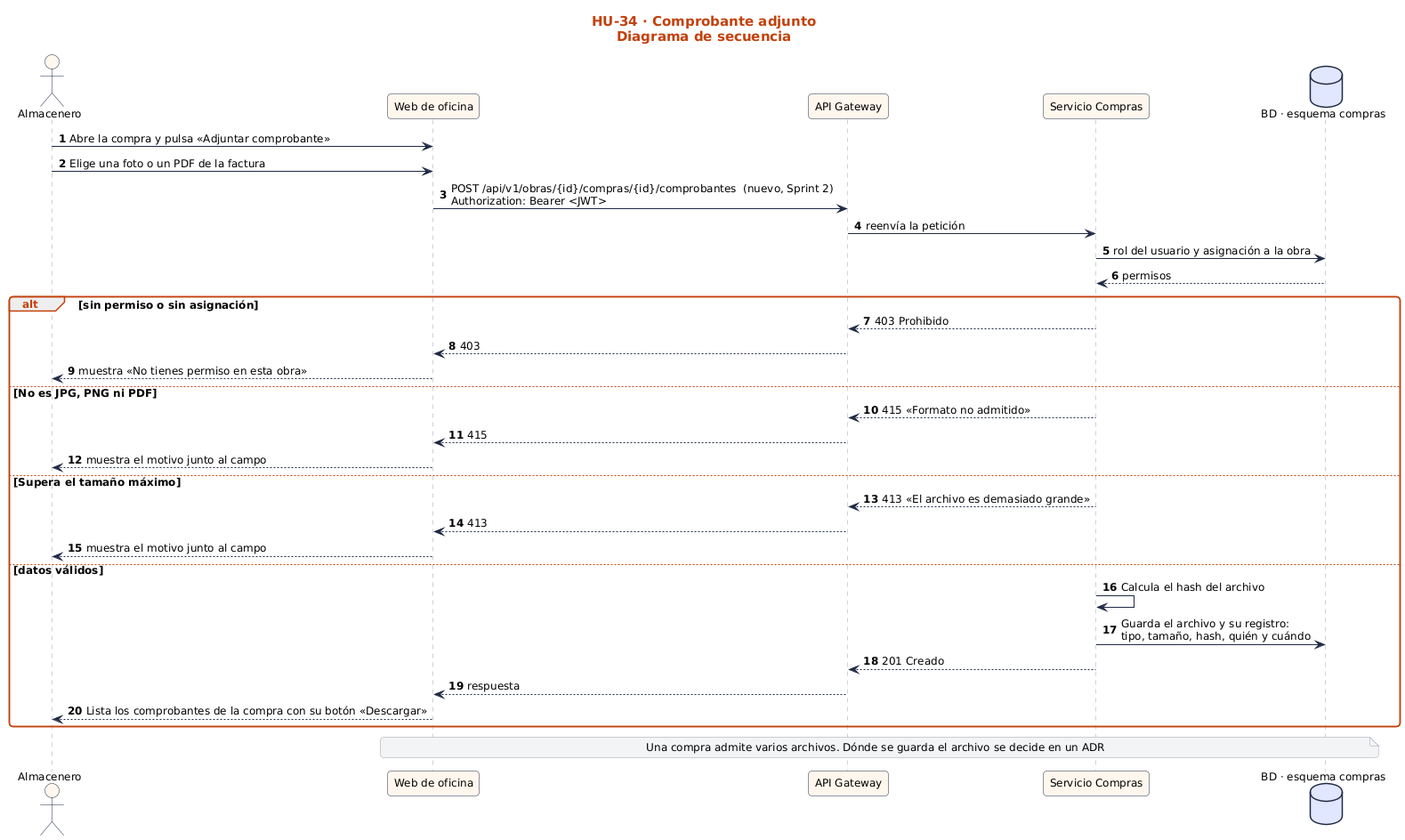
The PlantUML diagram docs/sprint-2/diagramas-hu/hu-34-comprobante-adjunto/secuencia.png in nandoestebanif/sevens-sigro, before a commit. Source of this version:
```plantuml
@startuml
!include ../../estilo.iuml
title HU-34 · Comprobante adjunto\nDiagrama de secuencia
autonumber
actor "Almacenero" as U
participant "Web de oficina" as UI
participant "API Gateway" as GW
participant "Servicio Compras" as S
database "BD · esquema compras" as BD
U -> UI : Abre la compra y pulsa «Adjuntar comprobante»
U -> UI : Elige una foto o un PDF de la factura
UI -> GW : POST /api/v1/obras/{id}/compras/{id}/comprobantes  (nuevo, Sprint 2)\nAuthorization: Bearer <JWT>
GW -> S : reenvía la petición
S -> BD : rol del usuario y asignación a la obra
BD --> S : permisos
alt sin permiso o sin asignación
  S --> GW : 403 Prohibido
  GW --> UI : 403
  UI --> U : muestra «No tienes permiso en esta obra»
else No es JPG, PNG ni PDF
  S --> GW : 415 «Formato no admitido»
  GW --> UI : 415
  UI --> U : muestra el motivo junto al campo
else Supera el tamaño máximo
  S --> GW : 413 «El archivo es demasiado grande»
  GW --> UI : 413
  UI --> U : muestra el motivo junto al campo
else datos válidos
  S -> S : Calcula el hash del archivo
  S -> BD : Guarda el archivo y su registro:\ntipo, tamaño, hash, quién y cuándo
  S --> GW : 201 Creado
  GW --> UI : respuesta
  UI --> U : Lista los comprobantes de la compra con su botón «Descargar»
end
note over UI, BD : Una compra admite varios archivos. Dónde se guarda el archivo se decide en un ADR
@enduml
```
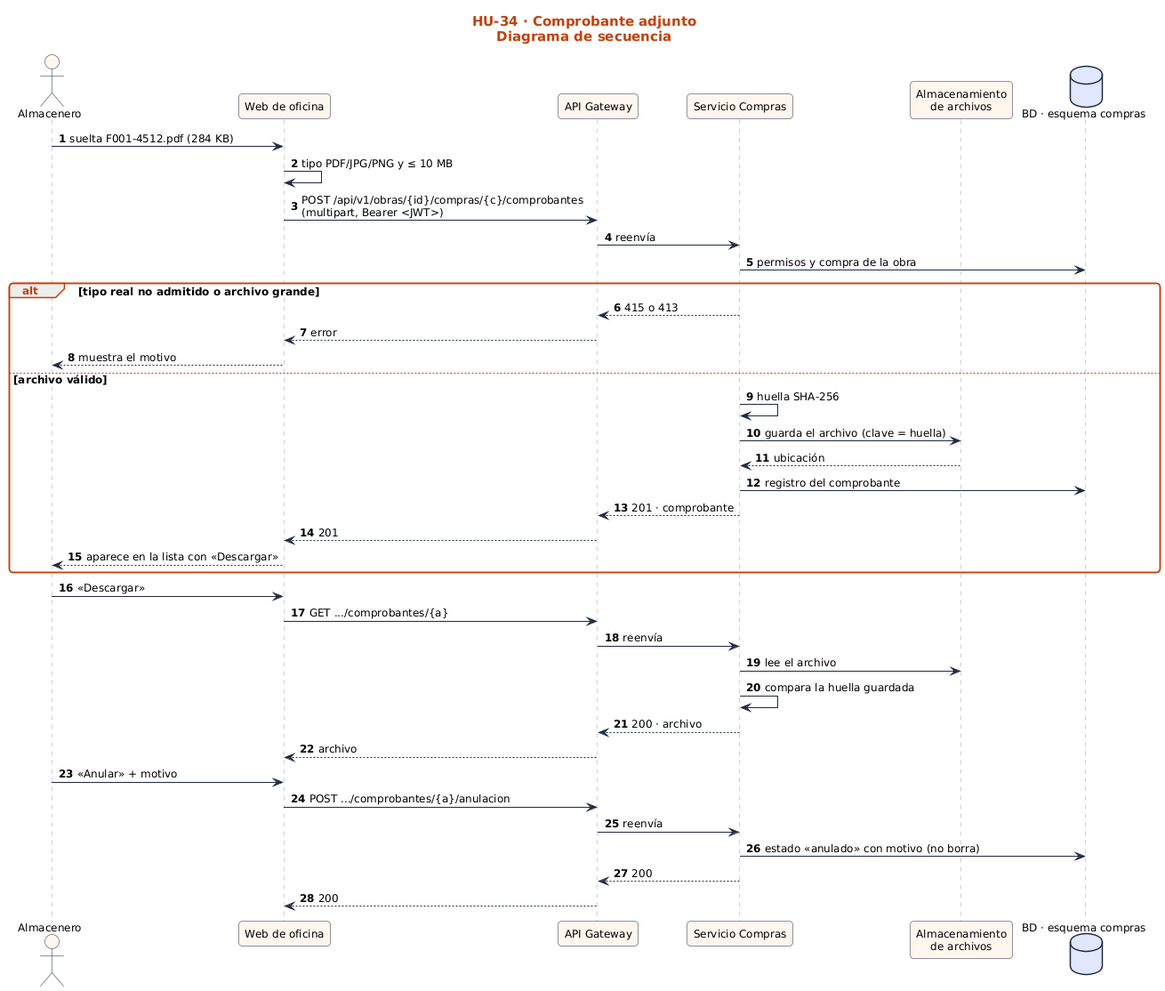
After the change.

Change to the diagram source:
```diff
@@ -5,32 +5,38 @@
 actor "Almacenero" as U
 participant "Web de oficina" as UI
 participant "API Gateway" as GW
-participant "Servicio Compras" as S
+participant "Servicio Compras" as SC
+participant "Almacenamiento\nde archivos" as FS
 database "BD · esquema compras" as BD
-U -> UI : Abre la compra y pulsa «Adjuntar comprobante»
-U -> UI : Elige una foto o un PDF de la factura
-UI -> GW : POST /api/v1/obras/{id}/compras/{id}/comprobantes  (nuevo, Sprint 2)\nAuthorization: Bearer <JWT>
-GW -> S : reenvía la petición
-S -> BD : rol del usuario y asignación a la obra
-BD --> S : permisos
-alt sin permiso o sin asignación
-  S --> GW : 403 Prohibido
-  GW --> UI : 403
-  UI --> U : muestra «No tienes permiso en esta obra»
-else No es JPG, PNG ni PDF
-  S --> GW : 415 «Formato no admitido»
-  GW --> UI : 415
-  UI --> U : muestra el motivo junto al campo
-else Supera el tamaño máximo
-  S --> GW : 413 «El archivo es demasiado grande»
-  GW --> UI : 413
-  UI --> U : muestra el motivo junto al campo
-else datos válidos
-  S -> S : Calcula el hash del archivo
-  S -> BD : Guarda el archivo y su registro:\ntipo, tamaño, hash, quién y cuándo
-  S --> GW : 201 Creado
-  GW --> UI : respuesta
-  UI --> U : Lista los comprobantes de la compra con su botón «Descargar»
+U -> UI : suelta F001-4512.pdf (284 KB)
+UI -> UI : tipo PDF/JPG/PNG y ≤ 10 MB
+UI -> GW : POST /api/v1/obras/{id}/compras/{c}/comprobantes\n(multipart, Bearer <JWT>)
+GW -> SC : reenvía
+SC -> BD : permisos y compra de la obra
+alt tipo real no admitido o archivo grande
+  SC --> GW : 415 o 413
+  GW --> UI : error
+  UI --> U : muestra el motivo
+else archivo válido
+  SC -> SC : huella SHA-256
+  SC -> FS : guarda el archivo (clave = huella)
+  FS --> SC : ubicación
+  SC -> BD : registro del comprobante
+  SC --> GW : 201 · comprobante
+  GW --> UI : 201
+  UI --> U : aparece en la lista con «Descargar»
 end
-note over UI, BD : Una compra admite varios archivos. Dónde se guarda el archivo se decide en un ADR
+U -> UI : «Descargar»
+UI -> GW : GET .../comprobantes/{a}
+GW -> SC : reenvía
+SC -> FS : lee el archivo
+SC -> SC : compara la huella guardada
+SC --> GW : 200 · archivo
+GW --> UI : archivo
+U -> UI : «Anular» + motivo
+UI -> GW : POST .../comprobantes/{a}/anulacion
+GW -> SC : reenvía
+SC -> BD : estado «anulado» con motivo (no borra)
+SC --> GW : 200
+GW --> UI : 200
 @enduml
```
